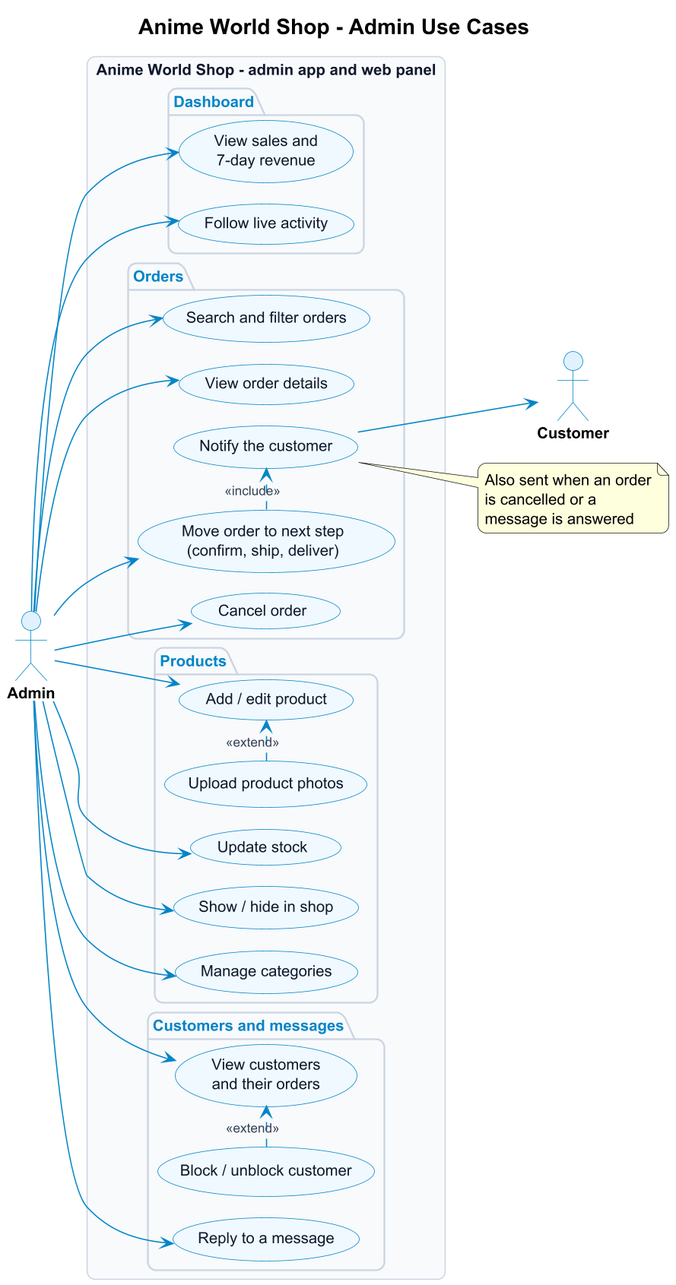
Before: docs/requirements/diagrams/use-case-admin.png, a diagram exported from PlantUML (Vanchha16/MA_Final). Its diagram source:
```plantuml
@startuml use-case-admin
skinparamlocked dpi 150
!pragma layout smetana
!include style.iuml
left to right direction
title Anime World Shop - Admin Use Cases

actor Admin
actor Customer

rectangle "Anime World Shop - admin app and web panel" {
  package "Dashboard" {
    usecase "View sales and\n7-day revenue" as A_Stats
    usecase "Follow live activity" as A_Feed
  }
  package "Orders" {
    usecase "Search and filter orders" as A_Orders
    usecase "View order details" as A_OrderDetail
    usecase "Move order to next step\n(confirm, ship, deliver)" as A_Step
    usecase "Cancel order" as A_Cancel
    usecase "Notify the customer" as A_Notify
  }
  package "Products" {
    usecase "Add / edit product" as A_Product
    usecase "Upload product photos" as A_Photos
    usecase "Update stock" as A_Stock
    usecase "Show / hide in shop" as A_Hide
    usecase "Manage categories" as A_Cats
  }
  package "Customers and messages" {
    usecase "View customers\nand their orders" as A_Customers
    usecase "Block / unblock customer" as A_Block
    usecase "Reply to a message" as A_Reply
  }
}

Admin --> A_Stats
Admin --> A_Feed
Admin --> A_Orders
Admin --> A_OrderDetail
Admin --> A_Step
Admin --> A_Cancel
A_Step .> A_Notify : <<include>>
Admin --> A_Product
A_Photos .> A_Product : <<extend>>
Admin --> A_Stock
Admin --> A_Hide
Admin --> A_Cats
Admin --> A_Customers
A_Block .> A_Customers : <<extend>>
Admin --> A_Reply
A_Notify --> Customer
note right of A_Notify
  Also sent when an order
  is cancelled or a
  message is answered
end note
@enduml
```
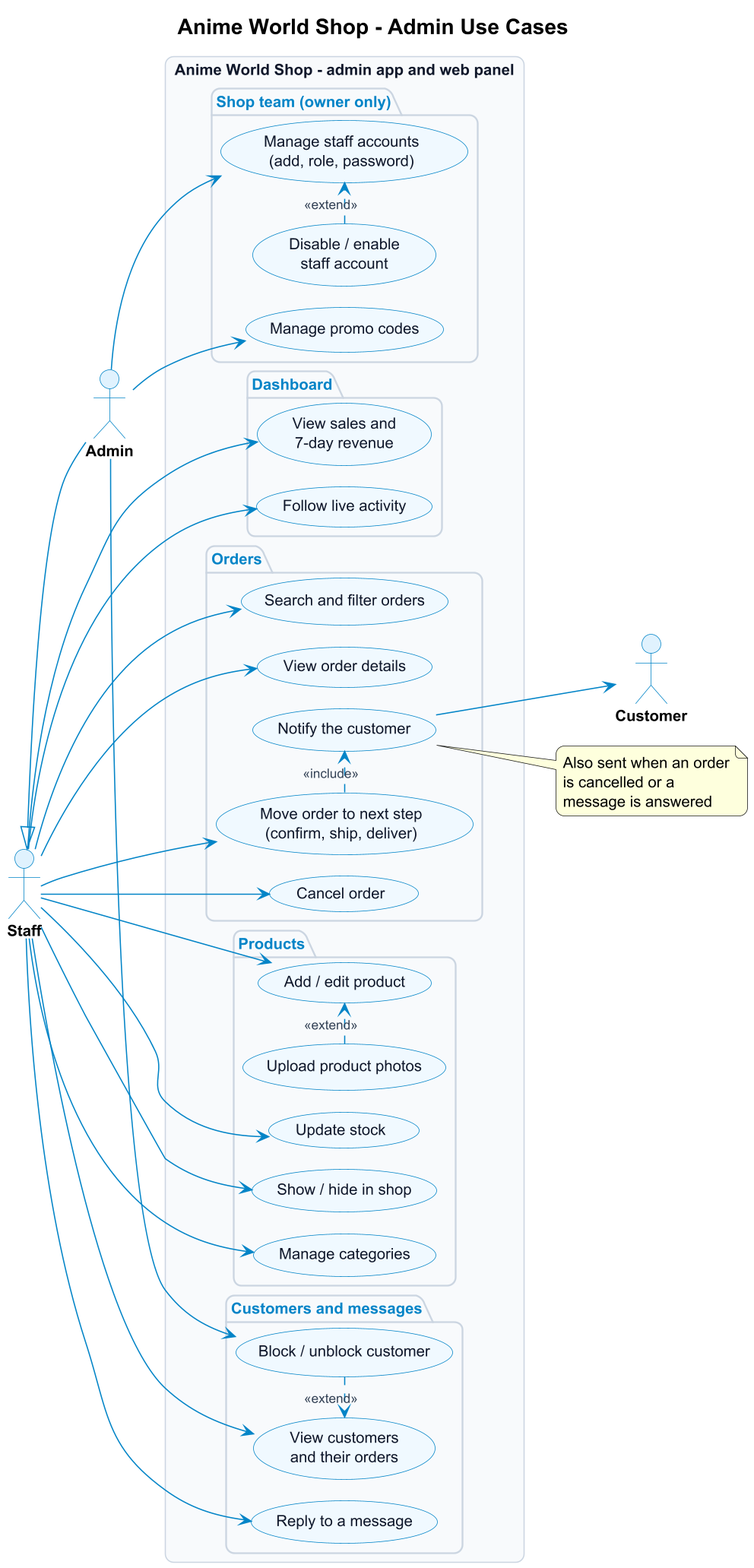
The same diagram one commit later.

Diff of the diagram source:
```diff
@@ -5,8 +5,10 @@
 left to right direction
 title Anime World Shop - Admin Use Cases
 
+actor Staff
 actor Admin
 actor Customer
+Admin -up-|> Staff
 
 rectangle "Anime World Shop - admin app and web panel" {
   package "Dashboard" {
@@ -32,23 +34,32 @@
     usecase "Block / unblock customer" as A_Block
     usecase "Reply to a message" as A_Reply
   }
+  package "Shop team (owner only)" {
+    usecase "Manage staff accounts\n(add, role, password)" as A_Staff
+    usecase "Disable / enable\nstaff account" as A_Disable
+    usecase "Manage promo codes" as A_Coupons
+  }
 }
 
-Admin --> A_Stats
-Admin --> A_Feed
-Admin --> A_Orders
-Admin --> A_OrderDetail
-Admin --> A_Step
-Admin --> A_Cancel
+Staff --> A_Stats
+Staff --> A_Feed
+Staff --> A_Orders
+Staff --> A_OrderDetail
+Staff --> A_Step
+Staff --> A_Cancel
 A_Step .> A_Notify : <<include>>
-Admin --> A_Product
+Staff --> A_Product
 A_Photos .> A_Product : <<extend>>
-Admin --> A_Stock
-Admin --> A_Hide
-Admin --> A_Cats
-Admin --> A_Customers
+Staff --> A_Stock
+Staff --> A_Hide
+Staff --> A_Cats
+Staff --> A_Customers
+Staff --> A_Reply
+Admin --> A_Block
 A_Block .> A_Customers : <<extend>>
-Admin --> A_Reply
+Admin --> A_Staff
+A_Disable .> A_Staff : <<extend>>
+Admin --> A_Coupons
 A_Notify --> Customer
 note right of A_Notify
   Also sent when an order
```
